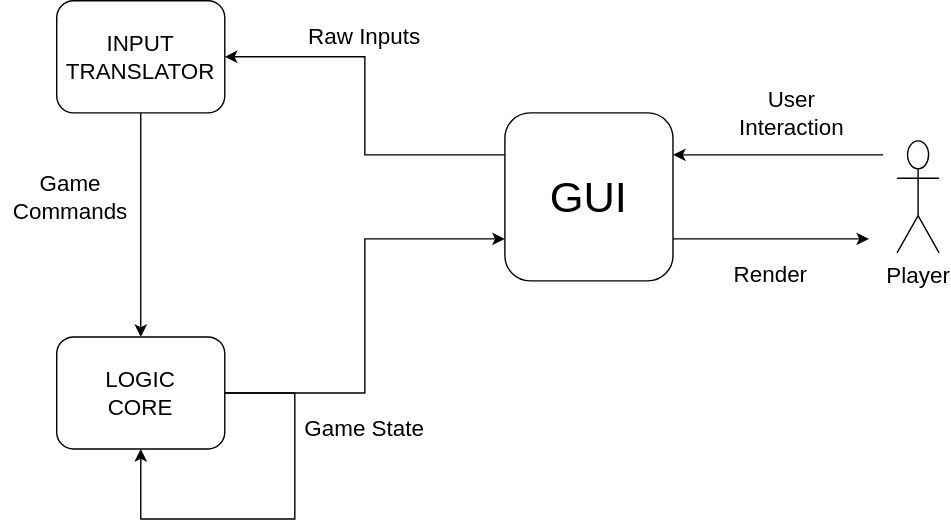
Before: docs/engine-design.svg, a diagram exported from draw.io (eniallator/Property-Tycoon). Source tidied: cells renumbered, new cells last; positions are measured from the earlier drawing's top-left corner, leaving out a move shared by most shapes.
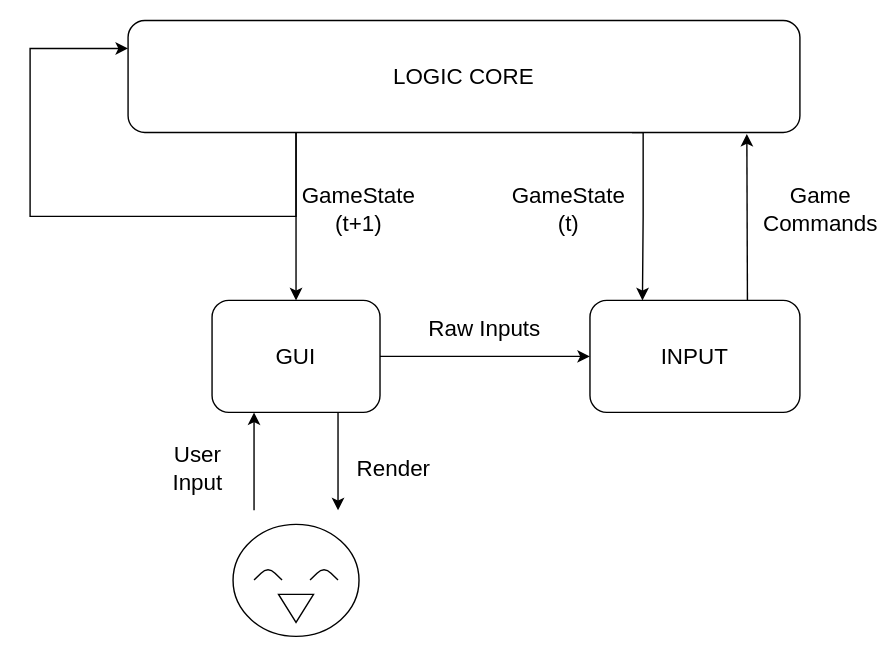
Above is the later version.

Commit message:
Basic design layout

Change to the diagram source:
```diff
@@ -2,60 +2,95 @@
   <root>
     <mxCell id="0" />
     <mxCell id="1" parent="0" />
-    <mxCell id="2" style="edgeStyle=orthogonalEdgeStyle;rounded=0;jettySize=auto;html=1;exitX=0.5;exitY=1;exitDx=0;exitDy=0;entryX=0.5;entryY=0;entryDx=0;entryDy=0;fontSize=16;" parent="1" edge="1" source="3" target="8">
-      <mxGeometry relative="1" as="geometry" />
-    </mxCell>
-    <mxCell id="3" value="&lt;div style=&quot;font-size: 16px;&quot;&gt;INPUT&lt;/div&gt;&lt;div style=&quot;font-size: 16px;&quot;&gt;TRANSLATOR&lt;br style=&quot;font-size: 16px;&quot;&gt;&lt;/div&gt;" style="rounded=1;whiteSpace=wrap;html=1;fontSize=16;" parent="1" vertex="1">
-      <mxGeometry x="40" width="120" height="80" as="geometry" />
-    </mxCell>
-    <mxCell id="4" style="edgeStyle=orthogonalEdgeStyle;rounded=0;jettySize=auto;html=1;exitX=0;exitY=0.25;exitDx=0;exitDy=0;entryX=1;entryY=0.5;entryDx=0;entryDy=0;fontSize=16;" parent="1" edge="1" source="6" target="3">
-      <mxGeometry relative="1" as="geometry" />
-    </mxCell>
-    <mxCell id="5" style="edgeStyle=orthogonalEdgeStyle;rounded=0;jettySize=auto;html=1;exitX=1;exitY=0.75;exitDx=0;exitDy=0;fontSize=16;" parent="1" edge="1" source="6">
-      <mxGeometry relative="1" as="geometry">
-        <mxPoint x="620" y="170" as="targetPoint" />
-      </mxGeometry>
-    </mxCell>
+    <mxCell id="7" style="edgeStyle=orthogonalEdgeStyle;rounded=0;jettySize=auto;html=1;exitX=0.25;exitY=1;exitDx=0;exitDy=0;entryX=0.5;entryY=0;entryDx=0;entryDy=0;fontSize=16;" parent="1" edge="1" source="8" target="6">
+      <mxGeometry relative="1" as="geometry" />
+    </mxCell>
+    <mxCell id="17" style="edgeStyle=orthogonalEdgeStyle;rounded=0;jettySize=auto;html=1;exitX=0.75;exitY=1;exitDx=0;exitDy=0;entryX=0.25;entryY=0;entryDx=0;entryDy=0;fontSize=16;" parent="1" edge="1" source="8" target="19">
+      <mxGeometry relative="1" as="geometry">
+        <Array as="points">
+          <mxPoint x="408" y="40" />
+          <mxPoint x="408" y="100" />
+        </Array>
+      </mxGeometry>
+    </mxCell>
+    <mxCell id="8" value="LOGIC CORE" style="rounded=1;whiteSpace=wrap;html=1;fontSize=16;" parent="1" vertex="1">
+      <mxGeometry x="40" y="-40" width="480" height="80" as="geometry" />
+    </mxCell>
+    <mxCell id="18" style="edgeStyle=orthogonalEdgeStyle;curved=1;rounded=0;jettySize=auto;html=1;exitX=1;exitY=0.5;exitDx=0;exitDy=0;entryX=0;entryY=0.5;entryDx=0;entryDy=0;fontSize=16;" parent="1" edge="1" source="6" target="19">
+      <mxGeometry relative="1" as="geometry" />
+    </mxCell>
-    <mxCell id="6" value="GUI" style="rounded=1;whiteSpace=wrap;html=1;fontSize=31;" parent="1" vertex="1">
-      <mxGeometry x="360" y="80" width="120" height="120" as="geometry" />
+    <mxCell id="6" value="GUI" style="rounded=1;whiteSpace=wrap;html=1;fontSize=16;" parent="1" vertex="1">
+      <mxGeometry x="100" y="160" width="120" height="80" as="geometry" />
     </mxCell>
-    <mxCell id="7" style="edgeStyle=orthogonalEdgeStyle;rounded=0;jettySize=auto;html=1;exitX=1;exitY=0.5;exitDx=0;exitDy=0;entryX=0;entryY=0.75;entryDx=0;entryDy=0;fontSize=16;" parent="1" edge="1" source="8" target="6">
-      <mxGeometry relative="1" as="geometry" />
-    </mxCell>
-    <mxCell id="8" value="&lt;div&gt;LOGIC&lt;/div&gt;&lt;div&gt;CORE&lt;br&gt;&lt;/div&gt;" style="rounded=1;whiteSpace=wrap;html=1;fontSize=16;" parent="1" vertex="1">
-      <mxGeometry x="40" y="240" width="120" height="80" as="geometry" />
-    </mxCell>
+    <mxCell id="19" value="INPUT" style="rounded=1;whiteSpace=wrap;html=1;fontSize=16;" parent="1" vertex="1">
+      <mxGeometry x="370" y="160" width="150" height="80" as="geometry" />
+    </mxCell>
+    <mxCell id="20" style="endArrow=classic;html=1;fontSize=16;exitX=0.75;exitY=0;exitDx=0;exitDy=0;entryX=0.921;entryY=1.013;entryDx=0;entryDy=0;entryPerimeter=0;" parent="1" edge="1" source="19" target="8">
+      <mxGeometry relative="1" as="geometry" />
+    </mxCell>
+    <mxCell id="12" value="&lt;div&gt;Game&lt;/div&gt;&lt;div&gt;Commands&lt;br&gt;&lt;/div&gt;" style="text;html=1;strokeColor=none;fillColor=none;align=center;verticalAlign=middle;whiteSpace=wrap;rounded=0;fontSize=16;" parent="1" vertex="1">
+      <mxGeometry x="490" y="70" width="90" height="50" as="geometry" />
+    </mxCell>
+    <mxCell id="21" value="&lt;div&gt;GameState&lt;/div&gt;&lt;div&gt;(t)&lt;br&gt;&lt;/div&gt;" style="text;html=1;strokeColor=none;fillColor=none;align=center;verticalAlign=middle;whiteSpace=wrap;rounded=0;fontSize=16;" parent="1" vertex="1">
+      <mxGeometry x="310" y="70" width="90" height="50" as="geometry" />
+    </mxCell>
-    <mxCell id="9" style="edgeStyle=orthogonalEdgeStyle;rounded=0;orthogonalLoop=1;jettySize=auto;html=1;exitX=1;exitY=0.5;exitDx=0;exitDy=0;entryX=0.5;entryY=1;entryDx=0;entryDy=0;fontSize=16;" parent="1" edge="1" source="8" target="8">
+    <mxCell id="9" style="edgeStyle=orthogonalEdgeStyle;rounded=0;orthogonalLoop=1;jettySize=auto;html=1;exitX=0.25;exitY=1;exitDx=0;exitDy=0;entryX=0;entryY=0.25;entryDx=0;entryDy=0;fontSize=16;" parent="1" edge="1" source="8" target="8">
       <mxGeometry relative="1" as="geometry">
         <Array as="points">
-          <mxPoint x="210" y="280" />
-          <mxPoint x="210" y="370" />
-          <mxPoint x="100" y="370" />
+          <mxPoint x="160" y="100" />
+          <mxPoint x="-30" y="100" />
+          <mxPoint x="-30" y="-20" />
         </Array>
       </mxGeometry>
     </mxCell>
-    <mxCell id="10" value="Game State" style="text;html=1;strokeColor=none;fillColor=none;align=center;verticalAlign=middle;whiteSpace=wrap;rounded=0;fontSize=16;" parent="1" vertex="1">
-      <mxGeometry x="210" y="290" width="100" height="30" as="geometry" />
-    </mxCell>
+    <mxCell id="22" value="&lt;div&gt;GameState&lt;/div&gt;&lt;div&gt;(t+1)&lt;br&gt;&lt;/div&gt;" style="text;html=1;strokeColor=none;fillColor=none;align=center;verticalAlign=middle;whiteSpace=wrap;rounded=0;fontSize=16;" parent="1" vertex="1">
+      <mxGeometry x="160" y="70" width="90" height="50" as="geometry" />
+    </mxCell>
+    <mxCell id="23" style="endArrow=classic;html=1;fontSize=16;entryX=0.25;entryY=1;entryDx=0;entryDy=0;" parent="1" edge="1" target="6">
+      <mxGeometry relative="1" as="geometry">
+        <mxPoint x="130" y="310" as="sourcePoint" />
+      </mxGeometry>
+    </mxCell>
+    <mxCell id="24" style="endArrow=classic;html=1;fontSize=16;exitX=0.75;exitY=1;exitDx=0;exitDy=0;" parent="1" edge="1" source="6">
+      <mxGeometry relative="1" as="geometry">
+        <mxPoint x="190" y="310" as="targetPoint" />
+      </mxGeometry>
+    </mxCell>
+    <mxCell id="25" value="&lt;div&gt;User&lt;/div&gt;&lt;div&gt;Input&lt;br&gt;&lt;/div&gt;" style="text;html=1;strokeColor=none;fillColor=none;align=center;verticalAlign=middle;whiteSpace=wrap;rounded=0;fontSize=16;" parent="1" vertex="1">
+      <mxGeometry x="70" y="270" width="40" height="20" as="geometry" />
+    </mxCell>
+    <mxCell id="16" value="Render" style="text;html=1;strokeColor=none;fillColor=none;align=center;verticalAlign=middle;whiteSpace=wrap;rounded=0;fontSize=16;" parent="1" vertex="1">
+      <mxGeometry x="210" y="270" width="40" height="20" as="geometry" />
+    </mxCell>
     <mxCell id="11" value="Raw Inputs" style="text;html=1;strokeColor=none;fillColor=none;align=center;verticalAlign=middle;whiteSpace=wrap;rounded=0;fontSize=16;" parent="1" vertex="1">
-      <mxGeometry x="210" y="10" width="100" height="30" as="geometry" />
+      <mxGeometry x="250" y="170" width="90" height="20" as="geometry" />
     </mxCell>
-    <mxCell id="12" value="&lt;div&gt;Game&lt;/div&gt;&lt;div&gt;Commands&lt;br&gt;&lt;/div&gt;" style="text;html=1;strokeColor=none;fillColor=none;align=center;verticalAlign=middle;whiteSpace=wrap;rounded=0;fontSize=16;" parent="1" vertex="1">
-      <mxGeometry y="125" width="100" height="30" as="geometry" />
-    </mxCell>
-    <mxCell id="13" value="Player" style="shape=umlActor;verticalLabelPosition=bottom;labelBackgroundColor=#ffffff;verticalAlign=top;html=1;fontSize=16;" parent="1" vertex="1">
-      <mxGeometry x="640" y="100" width="30" height="80" as="geometry" />
-    </mxCell>
-    <mxCell id="14" style="endArrow=classic;html=1;fontSize=16;entryX=1;entryY=0.25;entryDx=0;entryDy=0;" parent="1" edge="1" target="6">
-      <mxGeometry relative="1" as="geometry">
-        <mxPoint x="630" y="110" as="sourcePoint" />
-      </mxGeometry>
-    </mxCell>
-    <mxCell id="15" value="User Interaction" style="text;html=1;strokeColor=none;fillColor=none;align=center;verticalAlign=middle;whiteSpace=wrap;rounded=0;fontSize=16;" parent="1" vertex="1">
-      <mxGeometry x="530" y="60" width="70" height="40" as="geometry" />
-    </mxCell>
-    <mxCell id="16" value="Render" style="text;html=1;strokeColor=none;fillColor=none;align=center;verticalAlign=middle;whiteSpace=wrap;rounded=0;fontSize=16;" parent="1" vertex="1">
-      <mxGeometry x="500" y="180" width="100" height="30" as="geometry" />
-    </mxCell>
+    <mxCell id="26" style="group;" parent="1" vertex="1">
+      <mxGeometry x="115" y="320" width="90" height="80" as="geometry" />
+    </mxCell>
+    <mxCell id="27" style="ellipse;whiteSpace=wrap;html=1;fontSize=16;" parent="26" vertex="1">
+      <mxGeometry width="90" height="80" as="geometry" />
+    </mxCell>
+    <mxCell id="28" style="endArrow=none;html=1;fontSize=16;" parent="26" edge="1">
+      <mxGeometry relative="1" as="geometry">
+        <mxPoint x="15" y="39.7" as="sourcePoint" />
+        <mxPoint x="35" y="39.7" as="targetPoint" />
+        <Array as="points">
+          <mxPoint x="25" y="30" />
+        </Array>
+      </mxGeometry>
+    </mxCell>
+    <mxCell id="29" style="endArrow=none;html=1;fontSize=16;" parent="26" edge="1">
+      <mxGeometry relative="1" as="geometry">
+        <mxPoint x="55" y="39.7" as="sourcePoint" />
+        <mxPoint x="75" y="39.7" as="targetPoint" />
+        <Array as="points">
+          <mxPoint x="65" y="30" />
+        </Array>
+      </mxGeometry>
+    </mxCell>
+    <mxCell id="30" style="triangle;whiteSpace=wrap;html=1;fontSize=16;direction=south;" parent="26" vertex="1">
+      <mxGeometry x="32.5" y="50" width="25" height="20" as="geometry" />
+    </mxCell>
   </root>
 </mxGraphModel>
```
